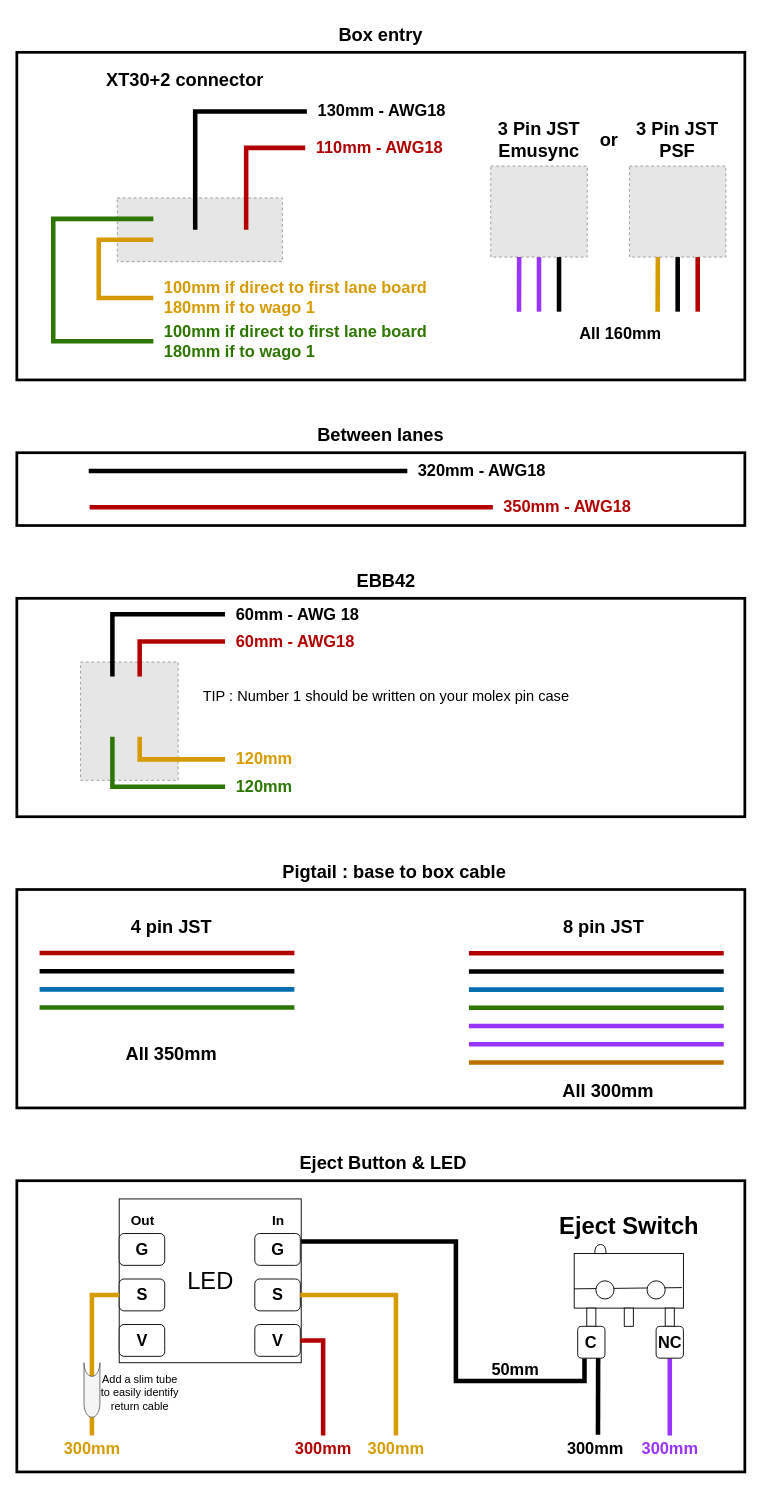
This is docs/assets/wiring_diagrams/EMU Base wiring dimensions.drawio from DW-Tas/EMU, a draw.io file, before an edit. Source tidied: cells renumbered, new cells numbered last; positions are measured from the earlier drawing's top-left corner, leaving out a move shared by most shapes. Both pictures are drawn from the tidied source at 91%, with x=0, y=0 at pixel (16, 15). Pictures stored in the file or linked from it are replaced by grey dashed boxes.
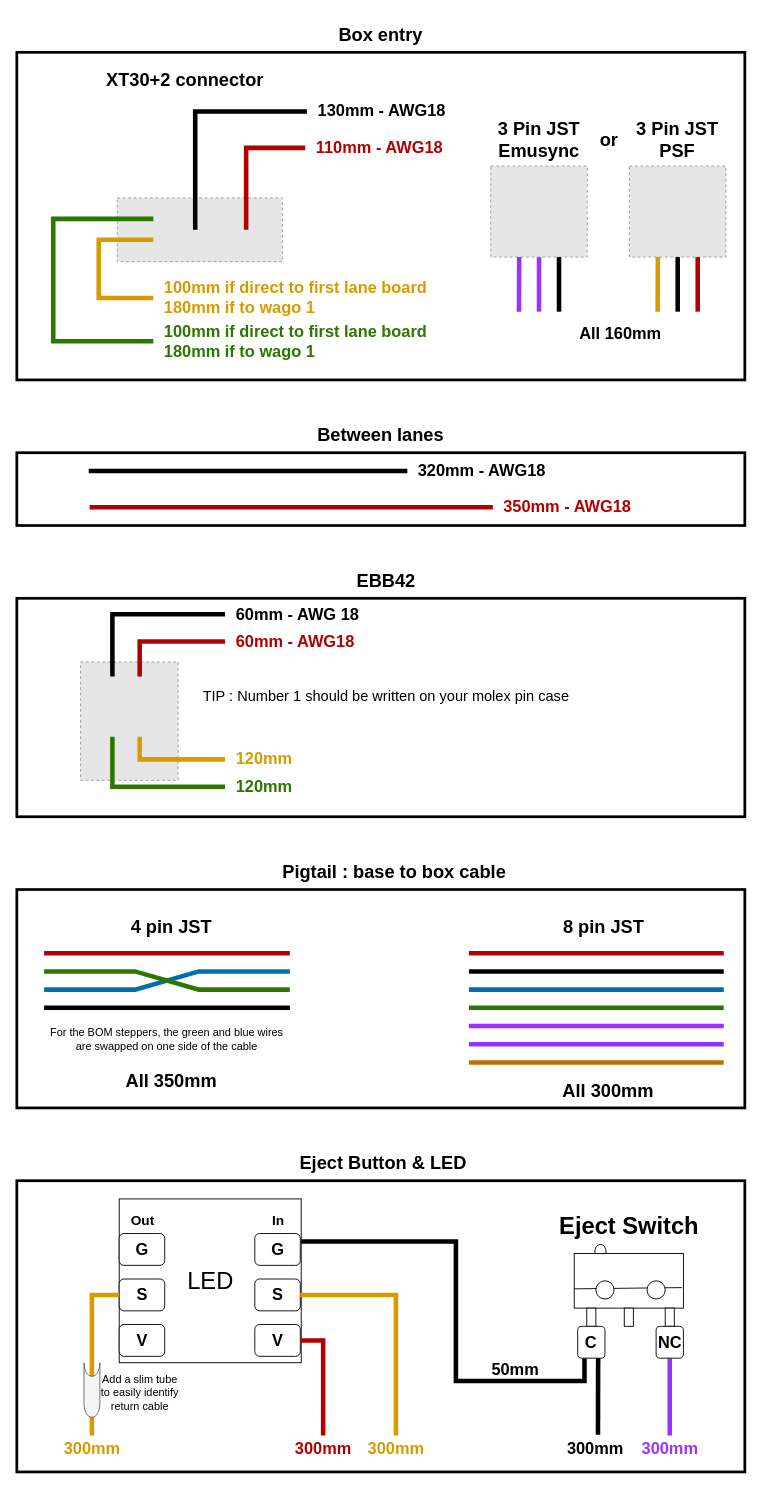
After the change.

Commit message (it also covers changes not shown here):
EMU Base wiring - Update pigtail motor jst diagram

- Correct the color order of the wires
- Add info about the two wires being swapped on one side

Diff of the diagram source:
```diff
@@
+    <mxCell id="6" style="rounded=0;whiteSpace=wrap;html=1;fillColor=none;strokeWidth=3;" parent="1" vertex="1">
+      <mxGeometry y="960" width="800" height="240" as="geometry" />
+    </mxCell>
@@
-    <mxCell id="6" style="rounded=0;whiteSpace=wrap;html=1;fillColor=none;strokeWidth=3;" parent="1" vertex="1">
-      <mxGeometry y="960" width="800" height="240" as="geometry" />
-    </mxCell>
@@
-    <mxCell id="40" style="rounded=0;orthogonalLoop=1;jettySize=auto;html=1;strokeColor=#006EAF;strokeWidth=5;align=center;verticalAlign=middle;fontFamily=Helvetica;fontSize=11;fontColor=default;labelBackgroundColor=default;endArrow=none;endFill=0;fillColor=#1ba1e2;jumpStyle=gap;" parent="1" edge="1">
-      <mxGeometry relative="1" as="geometry">
-        <mxPoint x="305" y="1069.7" as="sourcePoint" />
-        <mxPoint x="25" y="1069.7" as="targetPoint" />
-      </mxGeometry>
-    </mxCell>
-    <mxCell id="41" style="rounded=0;orthogonalLoop=1;jettySize=auto;html=1;strokeColor=#2D7600;strokeWidth=5;align=center;verticalAlign=middle;fontFamily=Helvetica;fontSize=11;fontColor=default;labelBackgroundColor=default;endArrow=none;endFill=0;fillColor=#60a917;jumpStyle=gap;" parent="1" edge="1">
+    <mxCell id="41" style="rounded=0;orthogonalLoop=1;jettySize=auto;html=1;strokeColor=#000000;strokeWidth=5;align=center;verticalAlign=middle;fontFamily=Helvetica;fontSize=11;fontColor=default;labelBackgroundColor=default;endArrow=none;endFill=0;fillColor=#60a917;jumpStyle=gap;" parent="1" edge="1">
       <mxGeometry relative="1" as="geometry">
-        <mxPoint x="305" y="1089.7" as="sourcePoint" />
-        <mxPoint x="25" y="1089.7" as="targetPoint" />
+        <mxPoint x="300" y="1090" as="sourcePoint" />
+        <mxPoint x="30" y="1090" as="targetPoint" />
       </mxGeometry>
     </mxCell>
-    <mxCell id="42" style="rounded=0;orthogonalLoop=1;jettySize=auto;html=1;endArrow=none;endFill=0;strokeWidth=5;jumpStyle=gap;" parent="1" edge="1">
-      <mxGeometry relative="1" as="geometry">
-        <mxPoint x="305" y="1049.7" as="sourcePoint" />
-        <mxPoint x="25" y="1049.7" as="targetPoint" />
-      </mxGeometry>
-    </mxCell>
     <mxCell id="43" style="rounded=0;orthogonalLoop=1;jettySize=auto;html=1;strokeColor=#B20000;strokeWidth=5;align=center;verticalAlign=middle;fontFamily=Helvetica;fontSize=11;fontColor=default;labelBackgroundColor=default;endArrow=none;endFill=0;fillColor=#e51400;jumpStyle=gap;" parent="1" edge="1">
       <mxGeometry relative="1" as="geometry">
-        <mxPoint x="25" y="1029.7" as="sourcePoint" />
-        <mxPoint x="305" y="1029.7" as="targetPoint" />
+        <mxPoint x="30" y="1030" as="sourcePoint" />
+        <mxPoint x="300" y="1030" as="targetPoint" />
       </mxGeometry>
     </mxCell>
@@
     <mxCell id="47" value="&lt;font&gt;All 350mm&lt;/font&gt;" style="text;html=1;whiteSpace=wrap;strokeColor=none;fillColor=none;align=center;verticalAlign=middle;rounded=0;fontStyle=1;fontSize=20;" parent="1" vertex="1">
-      <mxGeometry x="110" y="1120" width="120" height="40" as="geometry" />
+      <mxGeometry x="110" y="1150" width="120" height="40" as="geometry" />
     </mxCell>
@@
+    <mxCell id="98" style="edgeStyle=entityRelationEdgeStyle;fontSize=12;html=1;endArrow=none;startArrow=none;rounded=0;startFill=0;endFill=0;strokeWidth=5;strokeColor=light-dark(#006eaf, #ededed);segment=100;" parent="1" edge="1">
+      <mxGeometry relative="1" as="geometry">
+        <mxPoint x="30" y="1070" as="sourcePoint" />
+        <mxPoint x="300" y="1050" as="targetPoint" />
+      </mxGeometry>
+    </mxCell>
+    <mxCell id="99" style="edgeStyle=entityRelationEdgeStyle;fontSize=12;html=1;endArrow=none;startArrow=none;rounded=0;startFill=0;endFill=0;strokeWidth=5;strokeColor=light-dark(#2d7600, #ededed);segment=100;" parent="1" edge="1">
+      <mxGeometry relative="1" as="geometry">
+        <mxPoint x="30" y="1050" as="sourcePoint" />
+        <mxPoint x="300" y="1070" as="targetPoint" />
+      </mxGeometry>
+    </mxCell>
+    <mxCell id="100" value="For the BOM steppers, the green and blue wires are swapped on one side of the cable" style="text;html=1;whiteSpace=wrap;strokeColor=none;fillColor=none;align=center;verticalAlign=middle;rounded=0;" parent="1" vertex="1">
+      <mxGeometry x="30" y="1110" width="270" height="30" as="geometry" />
+    </mxCell>
```
